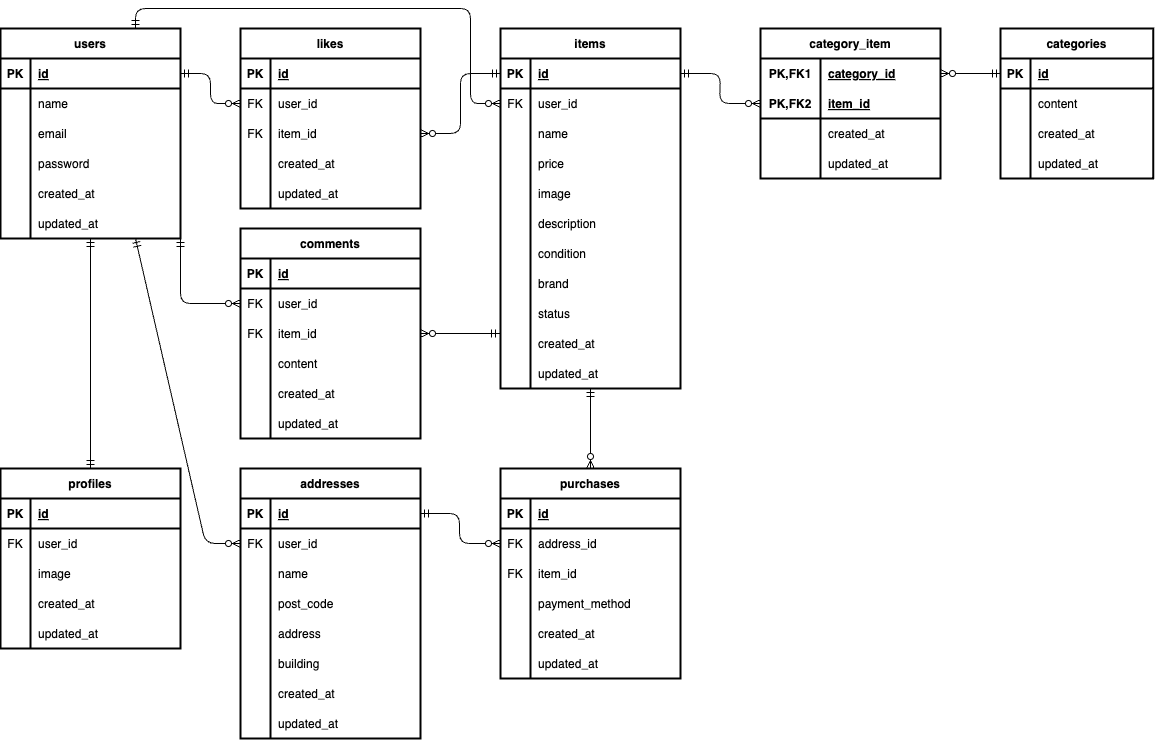
Above: erd.drawio.png in tkdisk49/flea-market (draw.io), before the change. Source tidied: cells renumbered, new cells last; positions are measured from the earlier drawing's top-left corner, leaving out a move shared by most shapes.
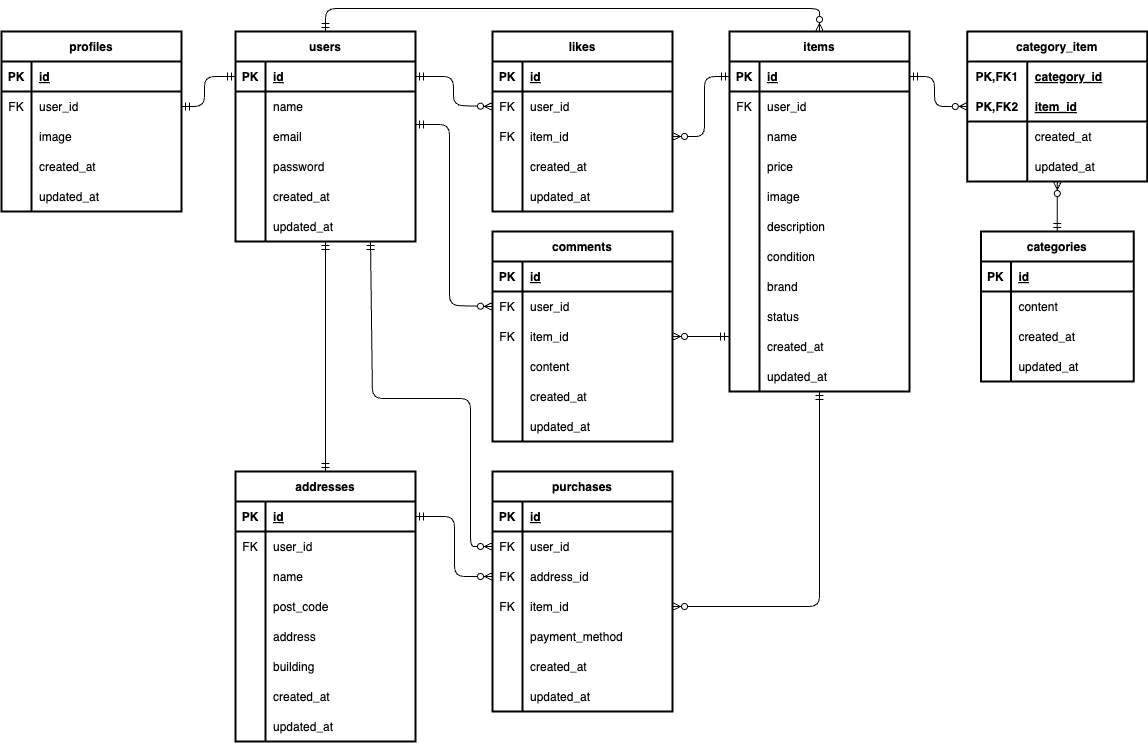
The same file after the commit.

Diff of the diagram source:
```diff
@@ -2,36 +2,29 @@
   <root>
     <mxCell id="0" />
     <mxCell id="1" parent="0" />
-    <mxCell id="2" style="edgeStyle=none;html=1;exitX=1;exitY=1;exitDx=0;exitDy=0;entryX=0;entryY=0.5;entryDx=0;entryDy=0;strokeColor=#000000;fontColor=#000000;startArrow=ERmandOne;startFill=0;endArrow=ERzeroToMany;endFill=0;" parent="1" edge="1" source="6" target="45">
-      <mxGeometry relative="1" as="geometry">
-        <Array as="points">
-          <mxPoint x="180" y="295" />
-        </Array>
-      </mxGeometry>
-    </mxCell>
-    <mxCell id="3" style="edgeStyle=none;html=1;exitX=0.75;exitY=0;exitDx=0;exitDy=0;entryX=0;entryY=0.5;entryDx=0;entryDy=0;strokeColor=#000000;fontColor=#000000;startArrow=ERmandOne;startFill=0;endArrow=ERzeroToMany;endFill=0;" parent="1" edge="1" source="6" target="82">
-      <mxGeometry relative="1" as="geometry">
-        <Array as="points">
-          <mxPoint x="135" />
-          <mxPoint x="230" />
-          <mxPoint x="340" />
-          <mxPoint x="470" />
-          <mxPoint x="470" y="95" />
-        </Array>
-      </mxGeometry>
-    </mxCell>
-    <mxCell id="4" style="edgeStyle=none;html=1;exitX=0.5;exitY=1;exitDx=0;exitDy=0;entryX=0.5;entryY=0;entryDx=0;entryDy=0;strokeColor=#000000;fontColor=#000000;startArrow=ERmandOne;startFill=0;endArrow=ERmandOne;endFill=0;" parent="1" edge="1" source="6" target="60">
-      <mxGeometry relative="1" as="geometry" />
-    </mxCell>
-    <mxCell id="5" style="edgeStyle=none;html=1;exitX=0.75;exitY=1;exitDx=0;exitDy=0;entryX=0;entryY=0.5;entryDx=0;entryDy=0;strokeColor=#000000;fontColor=#000000;startArrow=ERmandOne;startFill=0;endArrow=ERzeroToMany;endFill=0;" parent="1" edge="1" source="6" target="149">
-      <mxGeometry relative="1" as="geometry">
-        <Array as="points">
-          <mxPoint x="205" y="535" />
-        </Array>
-      </mxGeometry>
-    </mxCell>
+    <mxCell id="187" style="edgeStyle=none;shape=connector;rounded=1;html=1;exitX=0.5;exitY=1;exitDx=0;exitDy=0;entryX=0.5;entryY=0;entryDx=0;entryDy=0;strokeColor=default;align=center;verticalAlign=middle;fontFamily=Helvetica;fontSize=11;fontColor=default;labelBackgroundColor=default;startArrow=ERmandOne;startFill=0;endArrow=ERmandOne;endFill=0;" parent="1" edge="1" source="6" target="145">
+      <mxGeometry relative="1" as="geometry" />
+    </mxCell>
+    <mxCell id="188" style="edgeStyle=none;shape=connector;rounded=1;html=1;exitX=0.5;exitY=0;exitDx=0;exitDy=0;strokeColor=default;align=center;verticalAlign=middle;fontFamily=Helvetica;fontSize=11;fontColor=default;labelBackgroundColor=default;startArrow=ERmandOne;startFill=0;endArrow=ERzeroToMany;endFill=0;entryX=0.5;entryY=0;entryDx=0;entryDy=0;" parent="1" edge="1" source="6" target="78">
+      <mxGeometry relative="1" as="geometry">
+        <Array as="points">
+          <mxPoint x="330" y="-3" />
+          <mxPoint x="580" y="-3" />
+          <mxPoint x="824" y="-3" />
+        </Array>
+      </mxGeometry>
+    </mxCell>
+    <mxCell id="189" style="edgeStyle=none;shape=connector;rounded=1;html=1;exitX=0.75;exitY=1;exitDx=0;exitDy=0;strokeColor=default;align=center;verticalAlign=middle;fontFamily=Helvetica;fontSize=11;fontColor=default;labelBackgroundColor=default;startArrow=ERmandOne;startFill=0;endArrow=ERzeroToMany;endFill=0;entryX=0;entryY=0.5;entryDx=0;entryDy=0;" parent="1" edge="1" source="6" target="191">
+      <mxGeometry relative="1" as="geometry">
+        <Array as="points">
+          <mxPoint x="377" y="387" />
+          <mxPoint x="475" y="387" />
+          <mxPoint x="475" y="535" />
+        </Array>
+      </mxGeometry>
+    </mxCell>
     <mxCell id="6" value="users" style="shape=table;startSize=30;rowLines=0;fontStyle=1;align=center;strokeColor=#000000;fillColor=none;fontColor=#000000;strokeWidth=2;" parent="1" vertex="1">
-      <mxGeometry y="20" width="180" height="210" as="geometry" />
+      <mxGeometry x="240" y="20" width="180" height="210" as="geometry" />
     </mxCell>
     <mxCell id="7" style="shape=tableRow;horizontal=0;startSize=0;swimlaneHead=0;swimlaneBody=0;fillColor=none;points=[[0,0.5],[1,0.5]];portConstraint=eastwest;top=0;left=0;right=0;bottom=1;strokeColor=#000000;fontColor=#000000;strokeWidth=2;" parent="6" vertex="1">
       <mxGeometry y="30" width="180" height="30" as="geometry" />
@@ -88,7 +81,7 @@
       <mxGeometry x="30" width="150" height="30" as="geometry" />
     </mxCell>
     <mxCell id="25" value="likes" style="shape=table;startSize=30;rowLines=0;fontStyle=1;align=center;strokeColor=#000000;strokeWidth=2;fontColor=#000000;fillColor=none;" parent="1" vertex="1">
-      <mxGeometry x="240" y="20" width="180" height="180" as="geometry" />
+      <mxGeometry x="497" y="20" width="180" height="180" as="geometry" />
     </mxCell>
     <mxCell id="26" style="shape=tableRow;horizontal=0;startSize=0;swimlaneHead=0;swimlaneBody=0;fillColor=none;top=0;left=0;right=0;bottom=1;strokeColor=#000000;strokeWidth=2;fontColor=#000000;" parent="25" vertex="1">
       <mxGeometry y="30" width="180" height="30" as="geometry" />
@@ -136,7 +129,7 @@
       <mxGeometry x="30" width="150" height="30" as="geometry" />
     </mxCell>
     <mxCell id="41" value="comments" style="shape=table;startSize=30;rowLines=0;fontStyle=1;align=center;strokeColor=#000000;strokeWidth=2;fontColor=#000000;fillColor=none;" parent="1" vertex="1">
-      <mxGeometry x="240" y="220" width="180" height="210" as="geometry" />
+      <mxGeometry x="497" y="220" width="180" height="210" as="geometry" />
     </mxCell>
     <mxCell id="42" style="shape=tableRow;horizontal=0;startSize=0;swimlaneHead=0;swimlaneBody=0;fillColor=none;top=0;left=0;right=0;bottom=1;strokeColor=#000000;strokeWidth=2;fontColor=#000000;" parent="41" vertex="1">
       <mxGeometry y="30" width="180" height="30" as="geometry" />
@@ -193,7 +186,7 @@
       <mxGeometry x="30" width="150" height="30" as="geometry" />
     </mxCell>
     <mxCell id="60" value="profiles" style="shape=table;startSize=30;rowLines=0;fontStyle=1;align=center;strokeColor=#000000;strokeWidth=2;fontColor=#000000;fillColor=none;" parent="1" vertex="1">
-      <mxGeometry y="460" width="180" height="180" as="geometry" />
+      <mxGeometry x="6" y="20" width="180" height="180" as="geometry" />
     </mxCell>
     <mxCell id="61" style="shape=tableRow;horizontal=0;startSize=0;swimlaneHead=0;swimlaneBody=0;fillColor=none;top=0;left=0;right=0;bottom=1;strokeColor=#000000;strokeWidth=2;fontColor=#000000;" parent="60" vertex="1">
       <mxGeometry y="30" width="180" height="30" as="geometry" />
@@ -240,19 +233,15 @@
     <mxCell id="75" value="updated_at" style="shape=partialRectangle;fillColor=none;top=0;left=0;bottom=0;right=0;align=left;spacingLeft=6;overflow=hidden;strokeColor=#000000;strokeWidth=2;fontColor=#000000;" parent="73" vertex="1">
       <mxGeometry x="30" width="150" height="30" as="geometry" />
     </mxCell>
-    <mxCell id="76" style="edgeStyle=none;html=1;exitX=1;exitY=0.5;exitDx=0;exitDy=0;entryX=0;entryY=0.5;entryDx=0;entryDy=0;fontColor=#000000;strokeColor=#000000;endArrow=ERzeroToMany;endFill=0;startArrow=ERmandOne;startFill=0;" parent="1" edge="1" source="7" target="29">
-      <mxGeometry relative="1" as="geometry">
-        <Array as="points">
-          <mxPoint x="210" y="65" />
-          <mxPoint x="210" y="95" />
-        </Array>
-      </mxGeometry>
-    </mxCell>
-    <mxCell id="77" style="edgeStyle=none;html=1;exitX=0.5;exitY=1;exitDx=0;exitDy=0;entryX=0.5;entryY=0;entryDx=0;entryDy=0;strokeColor=#000000;fontColor=#000000;startArrow=ERmandOne;startFill=0;endArrow=ERzeroToMany;endFill=0;" parent="1" edge="1" source="78" target="113">
-      <mxGeometry relative="1" as="geometry" />
-    </mxCell>
+    <mxCell id="190" style="edgeStyle=none;shape=connector;rounded=1;html=1;exitX=0.5;exitY=1;exitDx=0;exitDy=0;entryX=1;entryY=0.5;entryDx=0;entryDy=0;strokeColor=default;align=center;verticalAlign=middle;fontFamily=Helvetica;fontSize=11;fontColor=default;labelBackgroundColor=default;startArrow=ERmandOne;startFill=0;endArrow=ERzeroToMany;endFill=0;" parent="1" edge="1" source="78" target="120">
+      <mxGeometry relative="1" as="geometry">
+        <Array as="points">
+          <mxPoint x="824" y="595" />
+        </Array>
+      </mxGeometry>
+    </mxCell>
     <mxCell id="78" value="items" style="shape=table;startSize=30;rowLines=0;fontStyle=1;align=center;strokeColor=#000000;strokeWidth=2;fontColor=#000000;fillColor=none;" parent="1" vertex="1">
-      <mxGeometry x="500" y="20" width="180" height="360" as="geometry" />
+      <mxGeometry x="734" y="20" width="180" height="360" as="geometry" />
     </mxCell>
     <mxCell id="79" style="shape=tableRow;horizontal=0;startSize=0;swimlaneHead=0;swimlaneBody=0;fillColor=none;points=[[0,0.5],[1,0.5]];portConstraint=eastwest;top=0;left=0;right=0;bottom=1;strokeColor=#000000;strokeWidth=2;fontColor=#000000;" parent="78" vertex="1">
       <mxGeometry y="30" width="180" height="30" as="geometry" />
@@ -353,16 +342,8 @@
     <mxCell id="111" value="updated_at" style="shape=partialRectangle;fillColor=none;top=0;left=0;bottom=0;right=0;align=left;spacingLeft=6;overflow=hidden;strokeColor=#000000;strokeWidth=2;fontColor=#000000;" parent="109" vertex="1">
       <mxGeometry x="30" width="150" height="30" as="geometry" />
     </mxCell>
-    <mxCell id="112" style="edgeStyle=none;html=1;exitX=0;exitY=0.5;exitDx=0;exitDy=0;entryX=1;entryY=0.5;entryDx=0;entryDy=0;strokeColor=#000000;fontColor=#000000;startArrow=ERmandOne;startFill=0;endArrow=ERzeroToMany;endFill=0;" parent="1" edge="1" source="79" target="32">
-      <mxGeometry relative="1" as="geometry">
-        <Array as="points">
-          <mxPoint x="460" y="65" />
-          <mxPoint x="460" y="125" />
-        </Array>
-      </mxGeometry>
-    </mxCell>
     <mxCell id="113" value="purchases" style="shape=table;startSize=30;rowLines=0;fontStyle=1;align=center;strokeColor=#000000;strokeWidth=2;fontColor=#000000;fillColor=none;" parent="1" vertex="1">
-      <mxGeometry x="500" y="460" width="180" height="210" as="geometry" />
+      <mxGeometry x="497" y="460" width="180" height="240" as="geometry" />
     </mxCell>
     <mxCell id="114" style="shape=tableRow;horizontal=0;startSize=0;swimlaneHead=0;swimlaneBody=0;fillColor=none;top=0;left=0;right=0;bottom=1;strokeColor=#000000;strokeWidth=2;fontColor=#000000;" parent="113" vertex="1">
       <mxGeometry y="30" width="180" height="30" as="geometry" />
@@ -373,8 +354,17 @@
     <mxCell id="116" value="id" style="shape=partialRectangle;fillColor=none;top=0;left=0;bottom=0;right=0;align=left;spacingLeft=6;fontStyle=5;overflow=hidden;strokeColor=#000000;strokeWidth=2;fontColor=#000000;" parent="114" vertex="1">
       <mxGeometry x="30" width="150" height="30" as="geometry" />
     </mxCell>
+    <mxCell id="191" style="shape=tableRow;horizontal=0;startSize=0;swimlaneHead=0;swimlaneBody=0;fillColor=none;points=[[0,0.5],[1,0.5]];portConstraint=eastwest;top=0;left=0;right=0;bottom=0;" parent="113" vertex="1">
+      <mxGeometry y="60" width="180" height="30" as="geometry" />
+    </mxCell>
+    <mxCell id="192" value="FK" style="shape=partialRectangle;fillColor=none;top=0;left=0;bottom=0;right=0;fontStyle=0;overflow=hidden;fontColor=#000000;" parent="191" vertex="1">
+      <mxGeometry width="30" height="30" as="geometry" />
+    </mxCell>
+    <mxCell id="193" value="user_id" style="shape=partialRectangle;fillColor=none;top=0;left=0;bottom=0;right=0;align=left;spacingLeft=6;fontStyle=0;overflow=hidden;fontColor=#000000;" parent="191" vertex="1">
+      <mxGeometry x="30" width="150" height="30" as="geometry" />
+    </mxCell>
     <mxCell id="117" style="shape=tableRow;horizontal=0;startSize=0;swimlaneHead=0;swimlaneBody=0;fillColor=none;points=[[0,0.5],[1,0.5]];portConstraint=eastwest;top=0;left=0;right=0;bottom=0;labelBorderColor=none;strokeColor=#000000;strokeWidth=2;fontColor=#000000;" parent="113" vertex="1">
-      <mxGeometry y="60" width="180" height="30" as="geometry" />
+      <mxGeometry y="90" width="180" height="30" as="geometry" />
     </mxCell>
     <mxCell id="118" value="FK" style="shape=partialRectangle;fillColor=none;top=0;left=0;bottom=0;right=0;fontStyle=0;overflow=hidden;labelBorderColor=none;strokeColor=#000000;strokeWidth=2;fontColor=#000000;" parent="117" vertex="1">
       <mxGeometry width="30" height="30" as="geometry" />
@@ -383,7 +373,7 @@
       <mxGeometry x="30" width="150" height="30" as="geometry" />
     </mxCell>
     <mxCell id="120" style="shape=tableRow;horizontal=0;startSize=0;swimlaneHead=0;swimlaneBody=0;fillColor=none;points=[[0,0.5],[1,0.5]];portConstraint=eastwest;top=0;left=0;right=0;bottom=0;labelBorderColor=none;strokeColor=#000000;strokeWidth=2;fontColor=#000000;" parent="113" vertex="1">
-      <mxGeometry y="90" width="180" height="30" as="geometry" />
+      <mxGeometry y="120" width="180" height="30" as="geometry" />
     </mxCell>
     <mxCell id="121" value="FK" style="shape=partialRectangle;fillColor=none;top=0;left=0;bottom=0;right=0;fontStyle=0;overflow=hidden;labelBorderColor=none;strokeColor=#000000;strokeWidth=2;fontColor=#000000;" parent="120" vertex="1">
       <mxGeometry width="30" height="30" as="geometry" />
@@ -392,7 +382,7 @@
       <mxGeometry x="30" width="150" height="30" as="geometry" />
     </mxCell>
     <mxCell id="123" style="shape=tableRow;horizontal=0;startSize=0;swimlaneHead=0;swimlaneBody=0;fillColor=none;top=0;left=0;right=0;bottom=0;strokeColor=#000000;strokeWidth=2;fontColor=#000000;" parent="113" vertex="1">
-      <mxGeometry y="120" width="180" height="30" as="geometry" />
+      <mxGeometry y="150" width="180" height="30" as="geometry" />
     </mxCell>
     <mxCell id="124" style="shape=partialRectangle;fillColor=none;top=0;left=0;bottom=0;right=0;overflow=hidden;strokeColor=#000000;strokeWidth=2;fontColor=#000000;" parent="123" vertex="1">
       <mxGeometry width="30" height="30" as="geometry" />
@@ -401,7 +391,7 @@
       <mxGeometry x="30" width="150" height="30" as="geometry" />
     </mxCell>
     <mxCell id="126" style="shape=tableRow;horizontal=0;startSize=0;swimlaneHead=0;swimlaneBody=0;fillColor=none;top=0;left=0;right=0;bottom=0;strokeColor=#000000;strokeWidth=2;fontColor=#000000;" parent="113" vertex="1">
-      <mxGeometry y="150" width="180" height="30" as="geometry" />
+      <mxGeometry y="180" width="180" height="30" as="geometry" />
     </mxCell>
     <mxCell id="127" style="shape=partialRectangle;fillColor=none;top=0;left=0;bottom=0;right=0;overflow=hidden;strokeColor=#000000;strokeWidth=2;fontColor=#000000;" parent="126" vertex="1">
       <mxGeometry width="30" height="30" as="geometry" />
@@ -410,7 +400,7 @@
       <mxGeometry x="30" width="150" height="30" as="geometry" />
     </mxCell>
     <mxCell id="129" style="shape=tableRow;horizontal=0;startSize=0;swimlaneHead=0;swimlaneBody=0;fillColor=none;top=0;left=0;right=0;bottom=0;strokeColor=#000000;strokeWidth=2;fontColor=#000000;" parent="113" vertex="1">
-      <mxGeometry y="180" width="180" height="30" as="geometry" />
+      <mxGeometry y="210" width="180" height="30" as="geometry" />
     </mxCell>
     <mxCell id="130" style="shape=partialRectangle;fillColor=none;top=0;left=0;bottom=0;right=0;overflow=hidden;strokeColor=#000000;strokeWidth=2;fontColor=#000000;" parent="129" vertex="1">
       <mxGeometry width="30" height="30" as="geometry" />
@@ -418,8 +408,11 @@
     <mxCell id="131" value="updated_at" style="shape=partialRectangle;fillColor=none;top=0;left=0;bottom=0;right=0;align=left;spacingLeft=6;overflow=hidden;strokeColor=#000000;strokeWidth=2;fontColor=#000000;" parent="129" vertex="1">
       <mxGeometry x="30" width="150" height="30" as="geometry" />
     </mxCell>
+    <mxCell id="194" style="edgeStyle=none;html=1;exitX=0.5;exitY=0;exitDx=0;exitDy=0;entryX=0.5;entryY=1;entryDx=0;entryDy=0;endArrow=ERzeroToMany;endFill=0;startArrow=ERmandOne;startFill=0;" parent="1" edge="1" source="132" target="171">
+      <mxGeometry relative="1" as="geometry" />
+    </mxCell>
     <mxCell id="132" value="categories" style="shape=table;startSize=30;rowLines=0;fontStyle=1;align=center;strokeColor=#000000;strokeWidth=2;fontColor=#000000;fillColor=none;" parent="1" vertex="1">
-      <mxGeometry x="1000" y="20" width="152.8" height="150" as="geometry" />
+      <mxGeometry x="985.4" y="220" width="152.8" height="150" as="geometry" />
     </mxCell>
     <mxCell id="133" style="shape=tableRow;horizontal=0;startSize=0;swimlaneHead=0;swimlaneBody=0;fillColor=none;points=[[0,0.5],[1,0.5]];portConstraint=eastwest;top=0;left=0;right=0;bottom=1;strokeColor=#000000;strokeWidth=2;fontColor=#000000;" parent="132" vertex="1">
       <mxGeometry y="30" width="152.8" height="30" as="geometry" />
@@ -536,7 +529,7 @@
       <mxGeometry relative="1" as="geometry" />
     </mxCell>
     <mxCell id="171" value="category_item" style="shape=table;startSize=30;rowLines=0;fontStyle=1;align=center;labelBorderColor=none;strokeColor=#000000;strokeWidth=2;fontColor=#000000;fillColor=none;" parent="1" vertex="1">
-      <mxGeometry x="760" y="20" width="180" height="150" as="geometry" />
+      <mxGeometry x="971.8" y="20" width="180" height="150" as="geometry" />
     </mxCell>
     <mxCell id="172" style="shape=tableRow;horizontal=0;startSize=0;swimlaneHead=0;swimlaneBody=0;fillColor=none;points=[[0,0.5],[1,0.5]];portConstraint=eastwest;top=0;left=0;right=0;bottom=0;labelBorderColor=none;strokeColor=#000000;strokeWidth=2;fontColor=#000000;" parent="171" vertex="1">
       <mxGeometry y="30" width="180" height="30" as="geometry" />
@@ -574,24 +567,54 @@
     <mxCell id="183" value="updated_at" style="shape=partialRectangle;fillColor=none;top=0;left=0;bottom=0;right=0;align=left;spacingLeft=6;overflow=hidden;labelBorderColor=none;strokeColor=#000000;strokeWidth=2;fontColor=#000000;" parent="181" vertex="1">
       <mxGeometry x="60" width="120" height="30" as="geometry" />
     </mxCell>
-    <mxCell id="184" style="edgeStyle=none;html=1;exitX=1;exitY=0.5;exitDx=0;exitDy=0;entryX=0;entryY=0.5;entryDx=0;entryDy=0;fontColor=#000000;strokeColor=#000000;endArrow=ERzeroToMany;endFill=0;startArrow=ERmandOne;startFill=0;" parent="1" edge="1" source="79" target="175">
-      <mxGeometry relative="1" as="geometry">
-        <Array as="points">
-          <mxPoint x="720" y="65" />
-          <mxPoint x="719" y="95" />
-        </Array>
-      </mxGeometry>
-    </mxCell>
-    <mxCell id="185" style="edgeStyle=none;html=1;exitX=0;exitY=0.5;exitDx=0;exitDy=0;entryX=1;entryY=0.5;entryDx=0;entryDy=0;strokeColor=#000000;fontColor=#000000;startArrow=ERmandOne;startFill=0;endArrow=ERzeroToMany;endFill=0;" parent="1" edge="1" source="133" target="172">
-      <mxGeometry relative="1" as="geometry" />
-    </mxCell>
     <mxCell id="186" style="edgeStyle=none;html=1;exitX=1;exitY=0.5;exitDx=0;exitDy=0;entryX=0;entryY=0.5;entryDx=0;entryDy=0;strokeColor=#000000;fontColor=#000000;startArrow=ERmandOne;startFill=0;endArrow=ERzeroToMany;endFill=0;" parent="1" edge="1" source="146" target="117">
       <mxGeometry relative="1" as="geometry">
         <Array as="points">
           <mxPoint x="459" y="505" />
-          <mxPoint x="459" y="535" />
+          <mxPoint x="459" y="565" />
         </Array>
       </mxGeometry>
     </mxCell>
+    <mxCell id="195" style="edgeStyle=none;html=1;exitX=1;exitY=0.5;exitDx=0;exitDy=0;entryX=0;entryY=0.5;entryDx=0;entryDy=0;endArrow=ERzeroToMany;endFill=0;startArrow=ERmandOne;startFill=0;" parent="1" edge="1" source="79" target="171">
+      <mxGeometry relative="1" as="geometry">
+        <Array as="points">
+          <mxPoint x="939" y="65" />
+          <mxPoint x="939" y="95" />
+        </Array>
+      </mxGeometry>
+    </mxCell>
+    <mxCell id="76" style="edgeStyle=none;html=1;exitX=1;exitY=0.5;exitDx=0;exitDy=0;entryX=0;entryY=0.5;entryDx=0;entryDy=0;endArrow=ERzeroToMany;endFill=0;startArrow=ERmandOne;startFill=0;" parent="1" edge="1" source="7" target="29">
+      <mxGeometry relative="1" as="geometry">
+        <Array as="points">
+          <mxPoint x="458" y="65" />
+          <mxPoint x="458" y="94" />
+        </Array>
+      </mxGeometry>
+    </mxCell>
+    <mxCell id="112" style="edgeStyle=none;shape=connector;rounded=1;html=1;exitX=0;exitY=0.5;exitDx=0;exitDy=0;entryX=1;entryY=0.5;entryDx=0;entryDy=0;strokeColor=default;align=center;verticalAlign=middle;fontFamily=Helvetica;fontSize=11;fontColor=default;labelBackgroundColor=default;startArrow=ERmandOne;startFill=0;endArrow=ERzeroToMany;endFill=0;" parent="1" edge="1" source="79" target="32">
+      <mxGeometry relative="1" as="geometry">
+        <Array as="points">
+          <mxPoint x="709" y="65" />
+          <mxPoint x="709" y="125" />
+        </Array>
+      </mxGeometry>
+    </mxCell>
+    <mxCell id="196" style="edgeStyle=none;shape=connector;rounded=1;html=1;exitX=1;exitY=0.5;exitDx=0;exitDy=0;entryX=0;entryY=0.5;entryDx=0;entryDy=0;strokeColor=default;align=center;verticalAlign=middle;fontFamily=Helvetica;fontSize=11;fontColor=default;labelBackgroundColor=default;startArrow=ERmandOne;startFill=0;endArrow=ERzeroToMany;endFill=0;" parent="1" edge="1" target="45">
+      <mxGeometry relative="1" as="geometry">
+        <mxPoint x="420" y="113" as="sourcePoint" />
+        <Array as="points">
+          <mxPoint x="454" y="113" />
+          <mxPoint x="454" y="294" />
+        </Array>
+      </mxGeometry>
+    </mxCell>
+    <mxCell id="197" style="edgeStyle=none;shape=connector;rounded=1;html=1;exitX=0;exitY=0.5;exitDx=0;exitDy=0;entryX=1;entryY=0.5;entryDx=0;entryDy=0;strokeColor=default;align=center;verticalAlign=middle;fontFamily=Helvetica;fontSize=11;fontColor=default;labelBackgroundColor=default;startArrow=ERmandOne;startFill=0;endArrow=ERmandOne;endFill=0;" parent="1" edge="1" source="7" target="64">
+      <mxGeometry relative="1" as="geometry">
+        <Array as="points">
+          <mxPoint x="209" y="65" />
+          <mxPoint x="209" y="95" />
+        </Array>
+      </mxGeometry>
+    </mxCell>
   </root>
 </mxGraphModel>
```
